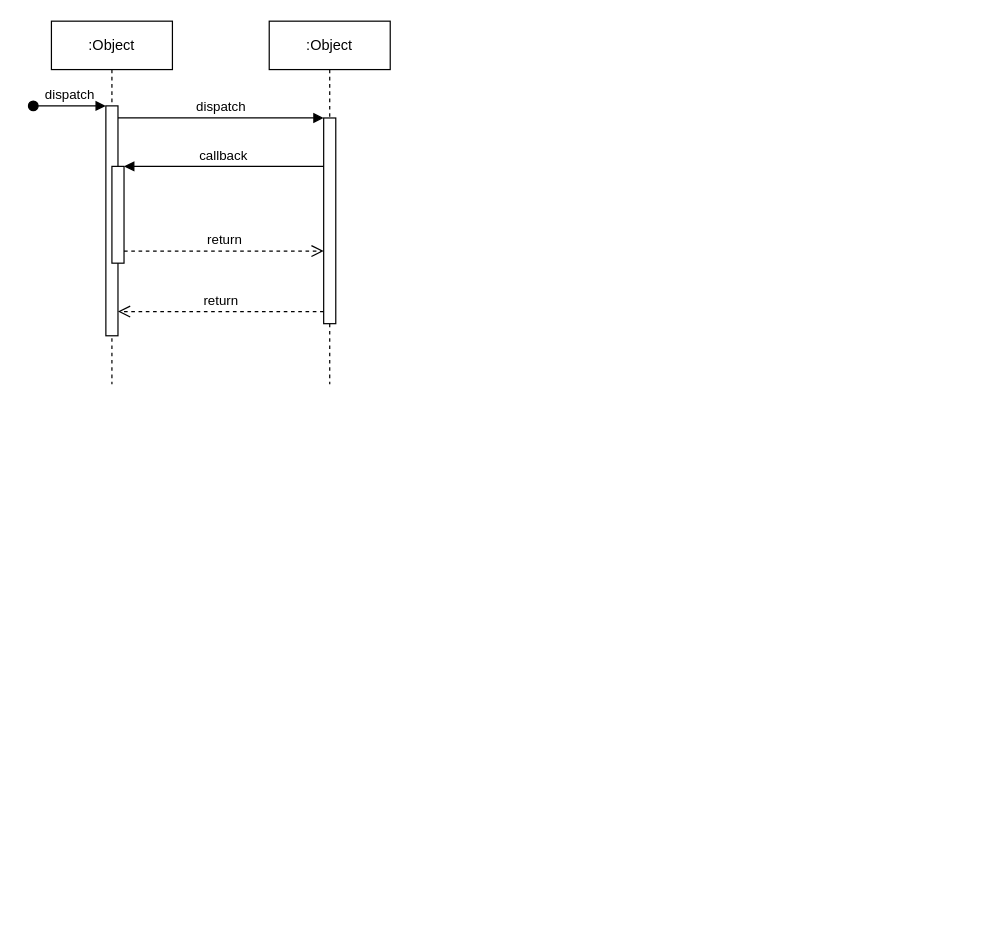
Before: Untitled Diagram.drawio in martinsletsjoe/projects-vsc, a draw.io diagram. Source tidied: cells renumbered, new cells numbered last; positions are measured from the earlier drawing's top-left corner, leaving out a move shared by most shapes. Both pictures are drawn from the tidied source at 121%, with x=0, y=0 at pixel (33, 21).
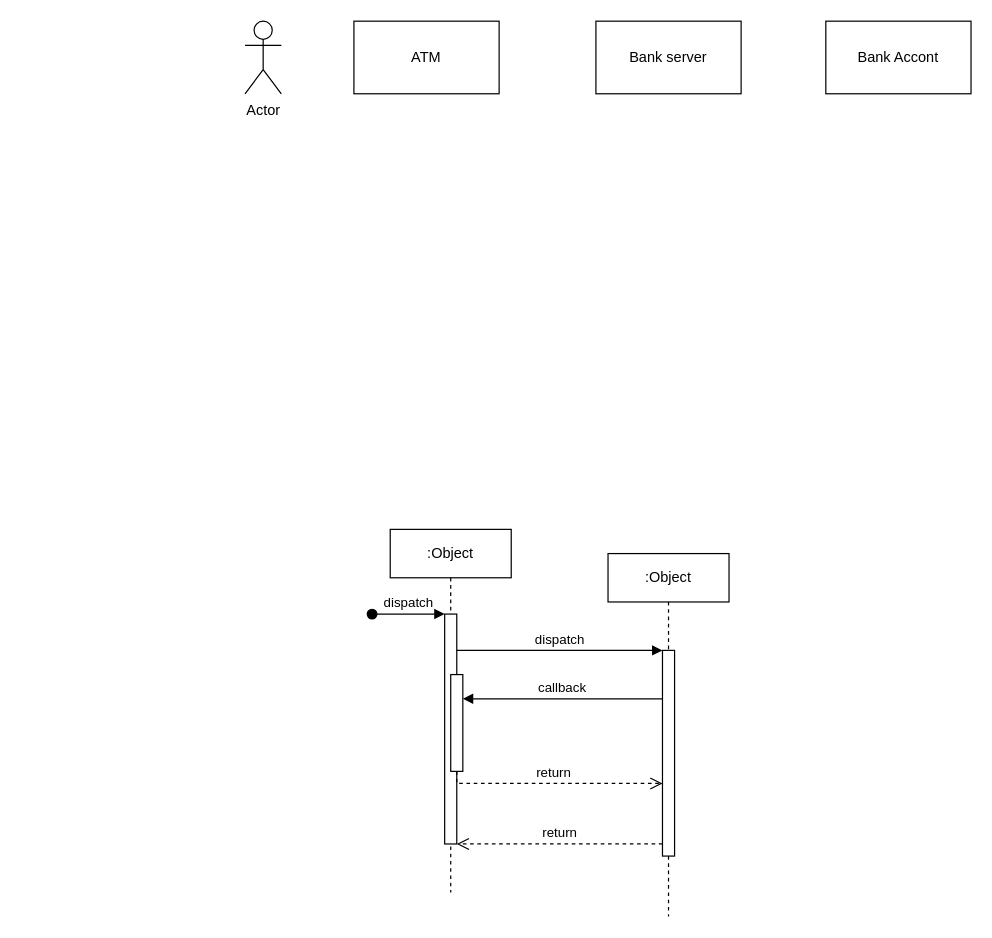
The same page after the edit.

Unchanged cells that the change refers to:
```xml
<mxCell id="3" style="html=1;points=[];perimeter=orthogonalPerimeter;outlineConnect=0;targetShapes=umlLifeline;portConstraint=eastwest;newEdgeStyle={&quot;edgeStyle&quot;:&quot;elbowEdgeStyle&quot;,&quot;elbow&quot;:&quot;vertical&quot;,&quot;curved&quot;:0,&quot;rounded&quot;:0};" parent="2" vertex="1">
  <mxGeometry x="45" y="70" width="10" height="190" as="geometry" />
</mxCell>
<mxCell id="5" style="html=1;points=[];perimeter=orthogonalPerimeter;outlineConnect=0;targetShapes=umlLifeline;portConstraint=eastwest;newEdgeStyle={&quot;edgeStyle&quot;:&quot;elbowEdgeStyle&quot;,&quot;elbow&quot;:&quot;vertical&quot;,&quot;curved&quot;:0,&quot;rounded&quot;:0};" parent="2" vertex="1">
  <mxGeometry x="50" y="120" width="10" height="80" as="geometry" />
</mxCell>
<mxCell id="7" style="html=1;points=[];perimeter=orthogonalPerimeter;outlineConnect=0;targetShapes=umlLifeline;portConstraint=eastwest;newEdgeStyle={&quot;edgeStyle&quot;:&quot;elbowEdgeStyle&quot;,&quot;elbow&quot;:&quot;vertical&quot;,&quot;curved&quot;:0,&quot;rounded&quot;:0};" parent="6" vertex="1">
  <mxGeometry x="45" y="80" width="10" height="170" as="geometry" />
</mxCell>
```

Diff of the diagram source:
```diff
@@
     <mxCell id="2" value=":Object" style="shape=umlLifeline;perimeter=lifelinePerimeter;whiteSpace=wrap;html=1;newEdgeStyle={&quot;edgeStyle&quot;:&quot;elbowEdgeStyle&quot;,&quot;elbow&quot;:&quot;vertical&quot;,&quot;curved&quot;:0,&quot;rounded&quot;:0};" parent="1" vertex="1">
-      <mxGeometry x="15" width="100" height="300" as="geometry" />
+      <mxGeometry x="295" y="420" width="100" height="300" as="geometry" />
     </mxCell>
@@
     <mxCell id="6" value=":Object" style="shape=umlLifeline;perimeter=lifelinePerimeter;whiteSpace=wrap;html=1;newEdgeStyle={&quot;edgeStyle&quot;:&quot;elbowEdgeStyle&quot;,&quot;elbow&quot;:&quot;vertical&quot;,&quot;curved&quot;:0,&quot;rounded&quot;:0};" parent="1" vertex="1">
-      <mxGeometry x="195" width="100" height="300" as="geometry" />
+      <mxGeometry x="475" y="440" width="100" height="300" as="geometry" />
     </mxCell>
@@
     <mxCell id="8" value="dispatch" style="html=1;verticalAlign=bottom;endArrow=block;edgeStyle=elbowEdgeStyle;elbow=vertical;curved=0;rounded=0;" parent="1" edge="1" source="3" target="7">
       <mxGeometry relative="1" as="geometry">
         <Array as="points">
-          <mxPoint x="155" y="80" />
+          <mxPoint x="435" y="520" />
         </Array>
       </mxGeometry>
     </mxCell>
     <mxCell id="9" value="return" style="html=1;verticalAlign=bottom;endArrow=open;dashed=1;endSize=8;edgeStyle=elbowEdgeStyle;elbow=vertical;curved=0;rounded=0;" parent="1" edge="1" source="7" target="3">
       <mxGeometry relative="1" as="geometry">
         <Array as="points">
-          <mxPoint x="165" y="240" />
+          <mxPoint x="445" y="680" />
         </Array>
       </mxGeometry>
     </mxCell>
     <mxCell id="10" value="callback" style="html=1;verticalAlign=bottom;endArrow=block;edgeStyle=elbowEdgeStyle;elbow=vertical;curved=0;rounded=0;" parent="1" edge="1" source="7" target="5">
       <mxGeometry relative="1" as="geometry">
         <Array as="points">
-          <mxPoint x="165" y="120" />
+          <mxPoint x="445" y="560" />
         </Array>
       </mxGeometry>
     </mxCell>
     <mxCell id="11" value="return" style="html=1;verticalAlign=bottom;endArrow=open;dashed=1;endSize=8;edgeStyle=elbowEdgeStyle;elbow=vertical;curved=0;rounded=0;" parent="1" edge="1" source="5" target="7">
       <mxGeometry relative="1" as="geometry">
         <Array as="points">
-          <mxPoint x="155" y="190" />
+          <mxPoint x="435" y="630" />
         </Array>
       </mxGeometry>
     </mxCell>
+    <mxCell id="12" value="Actor" style="shape=umlActor;verticalLabelPosition=bottom;verticalAlign=top;html=1;" parent="1" vertex="1">
+      <mxGeometry x="175" width="30" height="60" as="geometry" />
+    </mxCell>
+    <mxCell id="13" value="ATM" style="rounded=0;whiteSpace=wrap;html=1;" parent="1" vertex="1">
+      <mxGeometry x="265" width="120" height="60" as="geometry" />
+    </mxCell>
+    <mxCell id="14" value="Bank server" style="rounded=0;whiteSpace=wrap;html=1;" parent="1" vertex="1">
+      <mxGeometry x="465" width="120" height="60" as="geometry" />
+    </mxCell>
+    <mxCell id="15" value="Bank Accont" style="rounded=0;whiteSpace=wrap;html=1;" parent="1" vertex="1">
+      <mxGeometry x="655" width="120" height="60" as="geometry" />
+    </mxCell>
```
